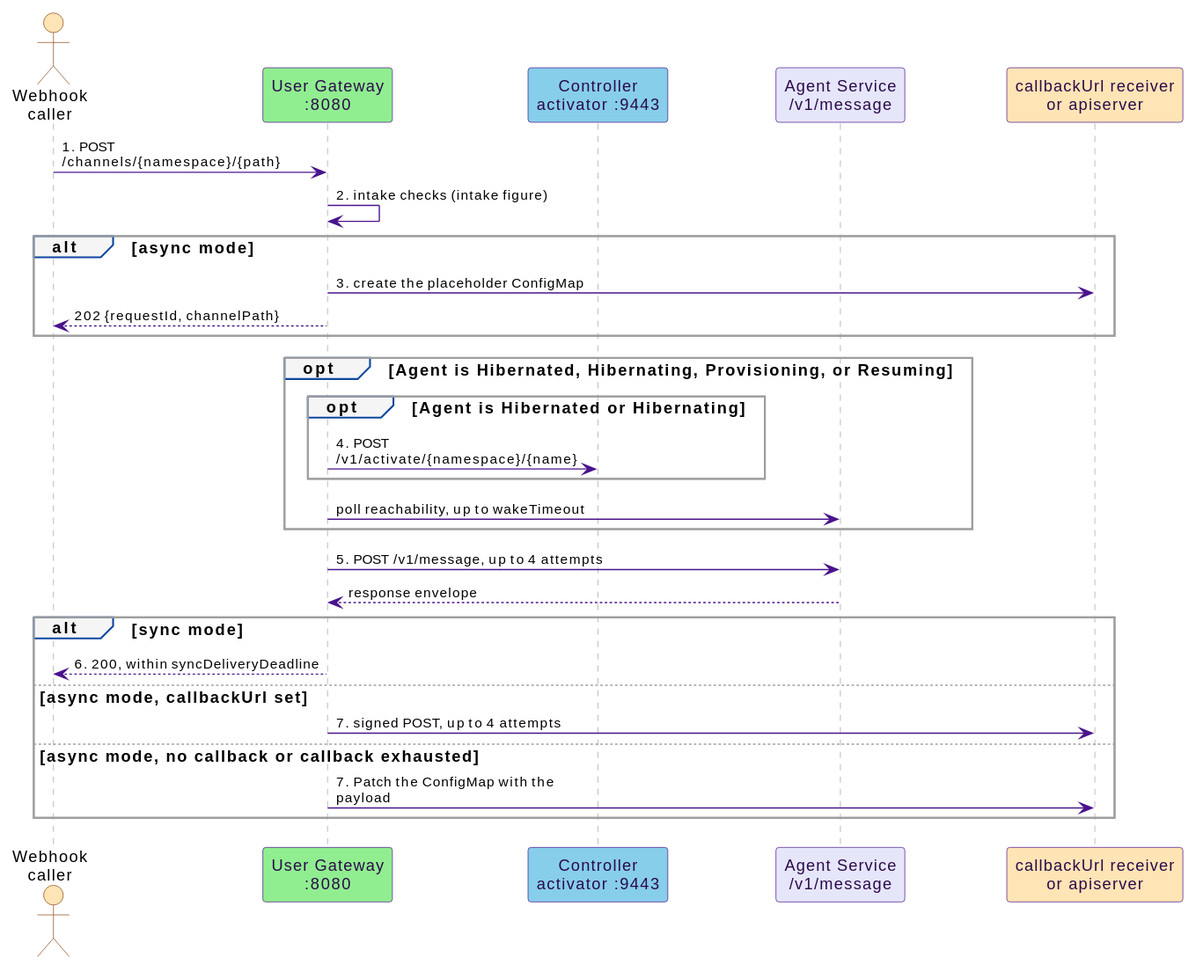
This is docs/src/diagrams/user-webhook-flow.svg from win07xp/kaalm, a PlantUML export, as it was before one commit.
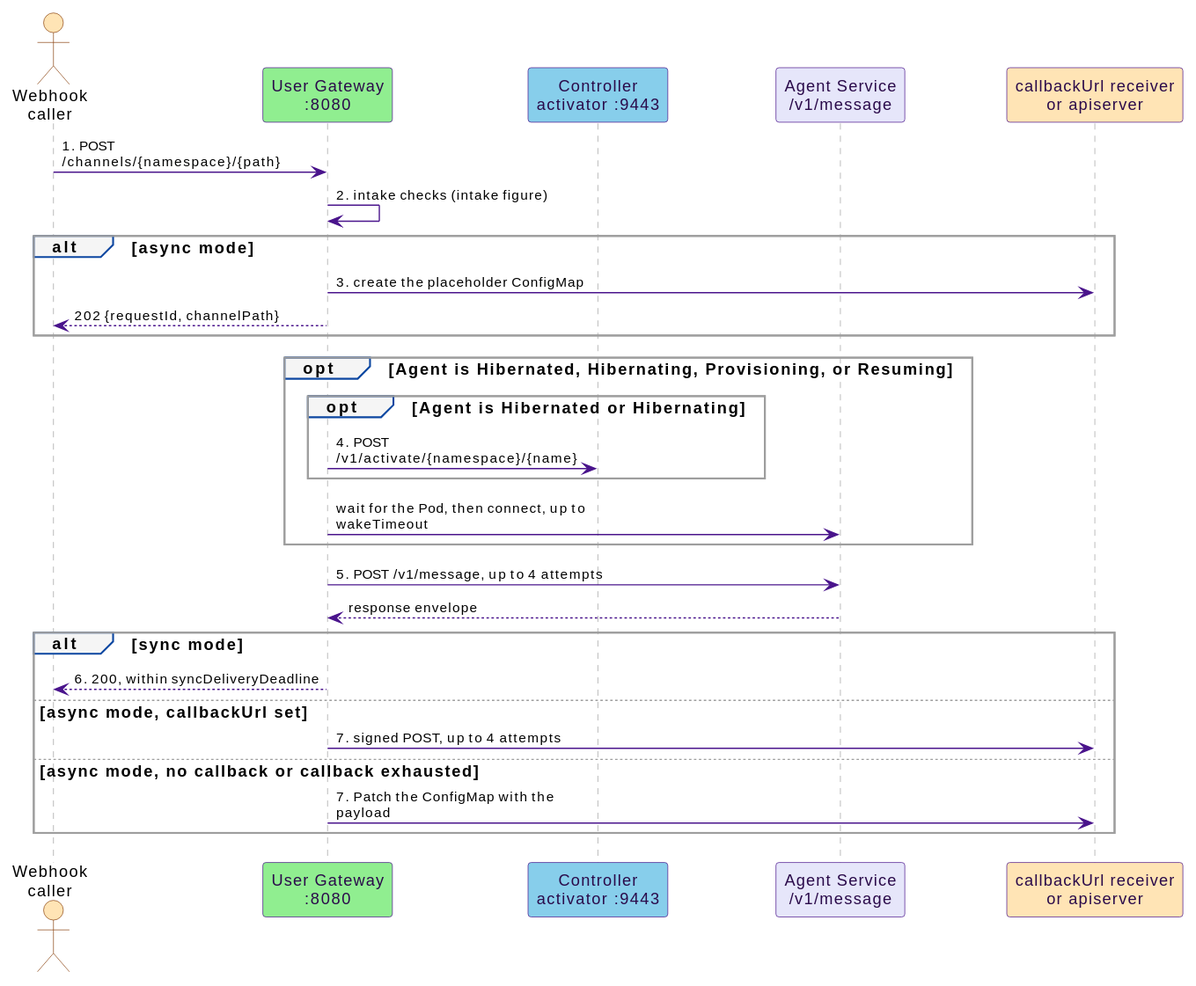
Later version of the same file.

Commit message:
docs: describe the Pod wait that connects once the agent Pod is Ready

Change to the diagram source:
```diff
@@ -17,7 +17,7 @@
   opt Agent is Hibernated or Hibernating
     gw -> ctrl : 4. POST /v1/activate/{namespace}/{name}
   end
-  gw -> agent : poll reachability, up to wakeTimeout
+  gw -> agent : wait for the Pod, then connect, up to wakeTimeout
 end
 gw -> agent : 5. POST /v1/message, up to 4 attempts
 agent --> gw : response envelope
```
